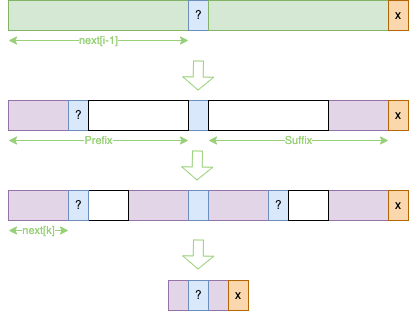
Above: images/kmp2.png in fastzhong/mth252 (draw.io), before the change. Source tidied: cells renumbered, new cells last; positions are measured from the earlier drawing's top-left corner, leaving out a move shared by most shapes.
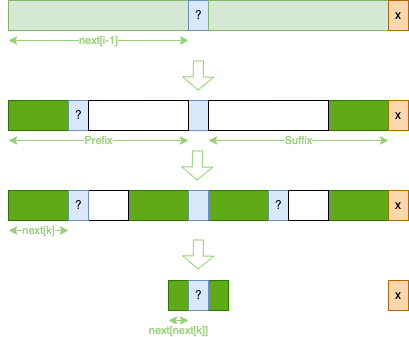
Above is the later version.

What changed in the source:
```diff
@@ -2,7 +2,7 @@
   <root>
     <mxCell id="0" />
     <mxCell id="1" parent="0" />
-    <mxCell id="2" style="rounded=0;whiteSpace=wrap;html=1;fillColor=#e1d5e7;strokeColor=#9673a6;" parent="1" vertex="1">
+    <mxCell id="2" style="rounded=0;whiteSpace=wrap;html=1;fillColor=#60a917;strokeColor=#2D7600;fontColor=#ffffff;" parent="1" vertex="1">
       <mxGeometry y="100" width="60" height="30" as="geometry" />
     </mxCell>
     <mxCell id="3" value="?" style="rounded=0;whiteSpace=wrap;html=1;fillColor=#dae8fc;strokeColor=#6c8ebf;" parent="1" vertex="1">
@@ -14,7 +14,7 @@
     <mxCell id="5" style="rounded=0;whiteSpace=wrap;html=1;fillColor=#d5e8d4;strokeColor=#82b366;" parent="1" vertex="1">
       <mxGeometry width="180" height="30" as="geometry" />
     </mxCell>
-    <mxCell id="6" style="rounded=0;whiteSpace=wrap;html=1;fillColor=#e1d5e7;strokeColor=#9673a6;" parent="1" vertex="1">
+    <mxCell id="6" style="rounded=0;whiteSpace=wrap;html=1;fillColor=#60a917;strokeColor=#2D7600;fontColor=#ffffff;" parent="1" vertex="1">
       <mxGeometry x="320" y="100" width="60" height="30" as="geometry" />
     </mxCell>
     <mxCell id="7" style="rounded=0;whiteSpace=wrap;html=1;" parent="1" vertex="1">
@@ -32,10 +32,10 @@
     <mxCell id="11" value="x" style="rounded=0;whiteSpace=wrap;html=1;fillColor=#fad7ac;strokeColor=#b46504;" parent="1" vertex="1">
       <mxGeometry x="380" y="100" width="20" height="30" as="geometry" />
     </mxCell>
-    <mxCell id="12" style="rounded=0;whiteSpace=wrap;html=1;fillColor=#e1d5e7;strokeColor=#9673a6;" parent="1" vertex="1">
+    <mxCell id="12" style="rounded=0;whiteSpace=wrap;html=1;fillColor=#60a917;strokeColor=#2D7600;fontColor=#ffffff;" parent="1" vertex="1">
       <mxGeometry x="200" y="190" width="60" height="30" as="geometry" />
     </mxCell>
-    <mxCell id="13" style="rounded=0;whiteSpace=wrap;html=1;fillColor=#e1d5e7;strokeColor=#9673a6;" parent="1" vertex="1">
+    <mxCell id="13" style="rounded=0;whiteSpace=wrap;html=1;fillColor=#60a917;strokeColor=#2D7600;fontColor=#ffffff;" parent="1" vertex="1">
       <mxGeometry x="120" y="190" width="60" height="30" as="geometry" />
     </mxCell>
     <mxCell id="14" style="rounded=0;whiteSpace=wrap;html=1;" parent="1" vertex="1">
@@ -47,13 +47,13 @@
         <mxPoint x="180" y="40" as="targetPoint" />
       </mxGeometry>
     </mxCell>
-    <mxCell id="16" style="rounded=0;whiteSpace=wrap;html=1;fillColor=#e1d5e7;strokeColor=#9673a6;" parent="1" vertex="1">
+    <mxCell id="16" style="rounded=0;whiteSpace=wrap;html=1;fillColor=#60a917;strokeColor=#2D7600;fontColor=#ffffff;" parent="1" vertex="1">
       <mxGeometry y="190" width="60" height="30" as="geometry" />
     </mxCell>
     <mxCell id="17" style="rounded=0;whiteSpace=wrap;html=1;fillColor=#dae8fc;strokeColor=#6c8ebf;" parent="1" vertex="1">
       <mxGeometry x="180" y="190" width="20" height="30" as="geometry" />
     </mxCell>
-    <mxCell id="18" style="rounded=0;whiteSpace=wrap;html=1;fillColor=#e1d5e7;strokeColor=#9673a6;" parent="1" vertex="1">
+    <mxCell id="18" style="rounded=0;whiteSpace=wrap;html=1;fillColor=#60a917;strokeColor=#2D7600;fontColor=#ffffff;" parent="1" vertex="1">
       <mxGeometry x="320" y="190" width="60" height="30" as="geometry" />
     </mxCell>
     <mxCell id="19" value="x" style="rounded=0;whiteSpace=wrap;html=1;fillColor=#fad7ac;strokeColor=#b46504;" parent="1" vertex="1">
@@ -107,14 +107,20 @@
         <mxPoint x="189.5" y="269" as="targetPoint" />
       </mxGeometry>
     </mxCell>
-    <mxCell id="30" style="rounded=0;whiteSpace=wrap;html=1;fillColor=#e1d5e7;strokeColor=#9673a6;" parent="1" vertex="1">
+    <mxCell id="30" style="rounded=0;whiteSpace=wrap;html=1;fillColor=#60a917;strokeColor=#2D7600;fontColor=#ffffff;" parent="1" vertex="1">
       <mxGeometry x="160" y="280" width="60" height="30" as="geometry" />
     </mxCell>
     <mxCell id="31" value="x" style="rounded=0;whiteSpace=wrap;html=1;fillColor=#fad7ac;strokeColor=#b46504;" parent="1" vertex="1">
-      <mxGeometry x="220" y="280" width="20" height="30" as="geometry" />
+      <mxGeometry x="380" y="280" width="20" height="30" as="geometry" />
     </mxCell>
     <mxCell id="32" value="?" style="rounded=0;whiteSpace=wrap;html=1;fillColor=#dae8fc;strokeColor=#6c8ebf;" parent="1" vertex="1">
       <mxGeometry x="180" y="280" width="20" height="30" as="geometry" />
     </mxCell>
+    <mxCell id="33" value="&lt;font color=&quot;#97d077&quot;&gt;next[next[k]]&lt;/font&gt;" style="endArrow=classic;startArrow=classic;html=1;rounded=0;strokeColor=#97D077;" parent="1" edge="1">
+      <mxGeometry y="10" relative="1" as="geometry">
+        <mxPoint x="180" y="320" as="sourcePoint" />
+        <mxPoint x="160" y="320" as="targetPoint" />
+      </mxGeometry>
+    </mxCell>
   </root>
 </mxGraphModel>
```
